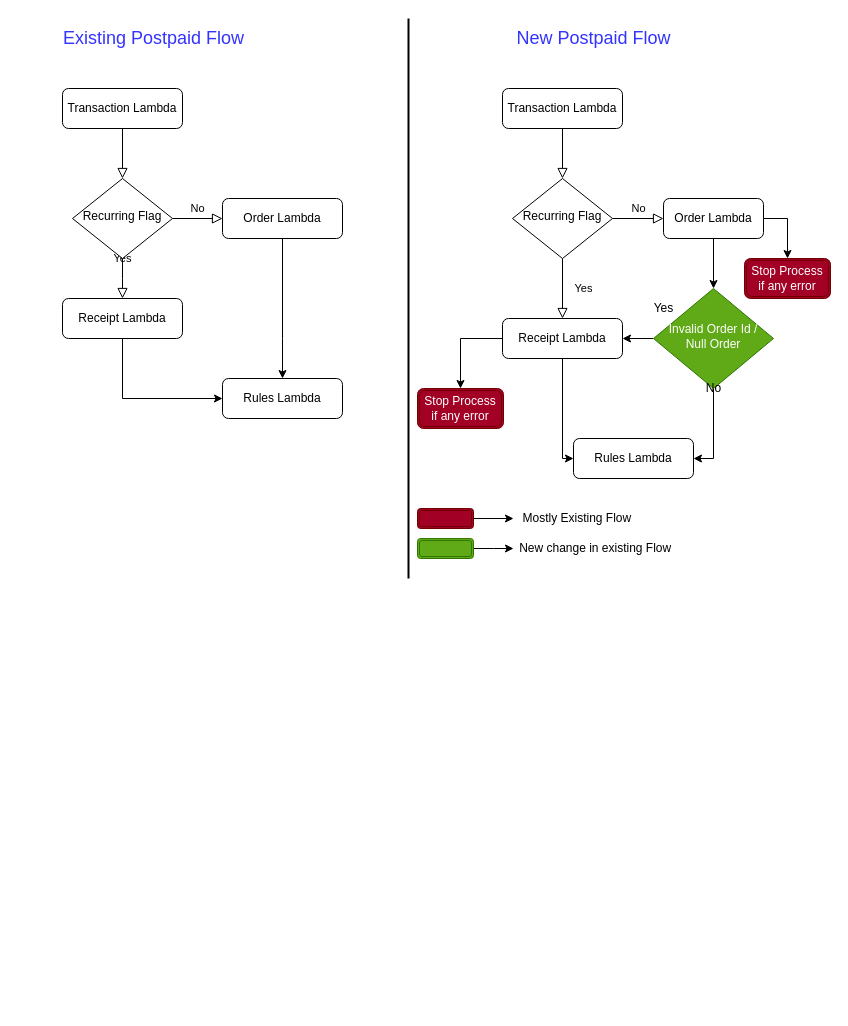
This is telstra-flow-diagram.drawio from evasanthan/testRestApp, a draw.io file, before an edit. Source tidied: cells renumbered, new cells numbered last; positions are measured from the earlier drawing's top-left corner, leaving out a move shared by most shapes. Both pictures are drawn from the tidied source at 100%, with x=0, y=0 at pixel (53, 18).
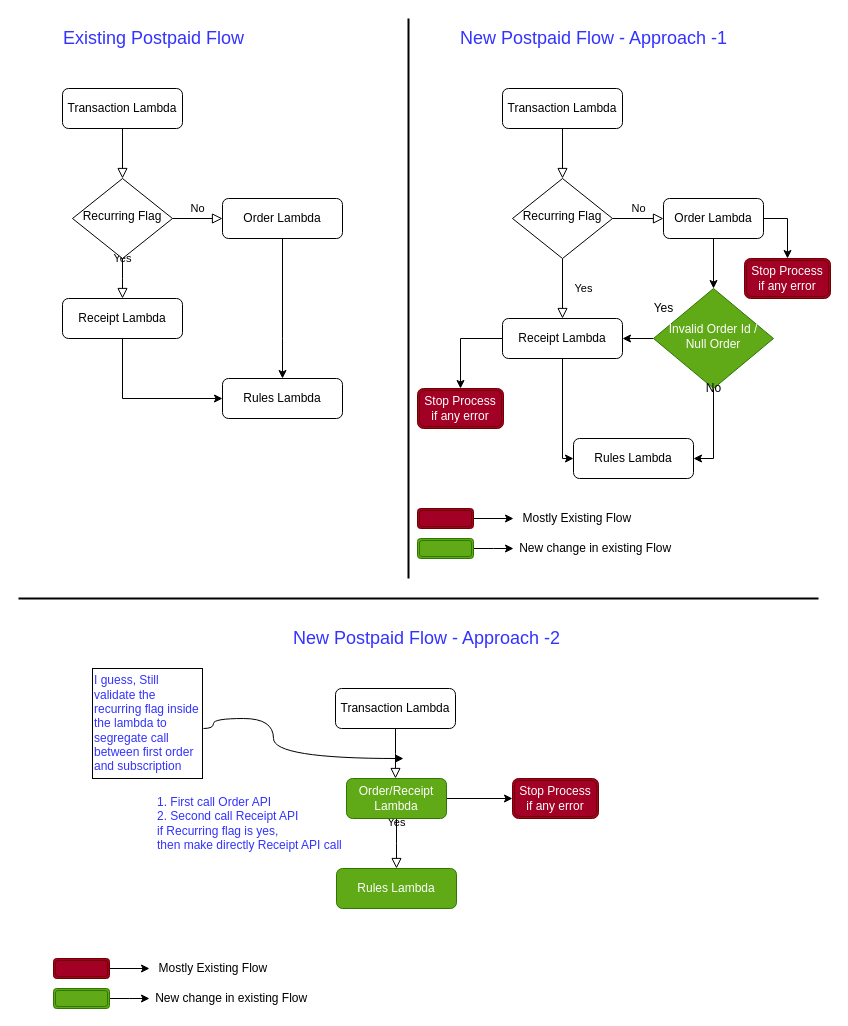
Above is the later version.

Diff of the diagram source:
```diff
@@
-    <mxCell id="26" value="&lt;font style=&quot;font-size: 18px&quot;&gt;New Postpaid Flow&lt;/font&gt;" style="text;html=1;align=center;verticalAlign=middle;strokeColor=none;rounded=0;shadow=0;sketch=0;glass=0;labelBorderColor=none;labelBackgroundColor=none;fontColor=#3333FF;" parent="1" vertex="1">
-      <mxGeometry x="455" y="10" width="170" height="20" as="geometry" />
+    <mxCell id="26" value="&lt;font style=&quot;font-size: 18px&quot;&gt;New Postpaid Flow - Approach -1&lt;/font&gt;" style="text;html=1;align=center;verticalAlign=middle;strokeColor=none;rounded=0;shadow=0;sketch=0;glass=0;labelBorderColor=none;labelBackgroundColor=none;fontColor=#3333FF;" parent="1" vertex="1">
+      <mxGeometry x="400" y="10" width="280" height="20" as="geometry" />
     </mxCell>
@@
+    <mxCell id="40" style="line;strokeWidth=2;direction=south;html=1;rotation=90;" parent="1" vertex="1">
+      <mxGeometry x="360" y="180" width="10" height="800" as="geometry" />
+    </mxCell>
+    <mxCell id="41" style="rounded=0;html=1;jettySize=auto;fontSize=11;endArrow=block;endFill=0;endSize=8;strokeWidth=1;shadow=0;labelBackgroundColor=none;edgeStyle=orthogonalEdgeStyle;" parent="1" edge="1" source="42">
+      <mxGeometry relative="1" as="geometry">
+        <mxPoint x="342" y="760" as="targetPoint" />
+      </mxGeometry>
+    </mxCell>
+    <mxCell id="42" value="Transaction Lambda" style="rounded=1;whiteSpace=wrap;html=1;fontSize=12;glass=0;strokeWidth=1;shadow=0;" parent="1" vertex="1">
+      <mxGeometry x="282" y="670" width="120" height="40" as="geometry" />
+    </mxCell>
+    <mxCell id="43" value="Yes" style="rounded=0;html=1;jettySize=auto;fontSize=11;endArrow=block;endFill=0;endSize=8;strokeWidth=1;shadow=0;labelBackgroundColor=none;edgeStyle=orthogonalEdgeStyle;entryX=0.5;entryY=0;entryDx=0;entryDy=0;exitX=0.5;exitY=1;exitDx=0;exitDy=0;" parent="1" edge="1" source="45">
+      <mxGeometry y="21" relative="1" as="geometry">
+        <mxPoint x="343" y="850" as="targetPoint" />
+      </mxGeometry>
+    </mxCell>
+    <mxCell id="44" style="edgeStyle=orthogonalEdgeStyle;rounded=0;jettySize=auto;html=1;exitX=1;exitY=0.5;exitDx=0;exitDy=0;" parent="1" edge="1" source="45" target="48">
+      <mxGeometry relative="1" as="geometry" />
+    </mxCell>
+    <mxCell id="45" value="Order/Receipt Lambda" style="rounded=1;whiteSpace=wrap;html=1;fontSize=12;glass=0;strokeWidth=1;shadow=0;fillColor=#60a917;strokeColor=#2D7600;fontColor=#ffffff;" parent="1" vertex="1">
+      <mxGeometry x="293" y="760" width="100" height="40" as="geometry" />
+    </mxCell>
+    <mxCell id="46" value="Rules Lambda" style="rounded=1;whiteSpace=wrap;html=1;fontSize=12;glass=0;strokeWidth=1;shadow=0;fillColor=#60a917;strokeColor=#2D7600;fontColor=#ffffff;" parent="1" vertex="1">
+      <mxGeometry x="283" y="850" width="120" height="40" as="geometry" />
+    </mxCell>
+    <mxCell id="47" value="&lt;font style=&quot;font-size: 18px&quot;&gt;New Postpaid Flow - Approach -2&lt;/font&gt;" style="text;html=1;align=center;verticalAlign=middle;strokeColor=none;rounded=0;shadow=0;sketch=0;glass=0;labelBorderColor=none;labelBackgroundColor=none;fontColor=#3333FF;" parent="1" vertex="1">
+      <mxGeometry x="233" y="610" width="280" height="20" as="geometry" />
+    </mxCell>
+    <mxCell id="48" value="Stop Process if any error" style="shape=ext;double=1;rounded=1;whiteSpace=wrap;html=1;fillColor=#a20025;strokeColor=#6F0000;fontColor=#ffffff;" parent="1" vertex="1">
+      <mxGeometry x="459" y="760" width="86" height="40" as="geometry" />
+    </mxCell>
+    <mxCell id="49" style="edgeStyle=orthogonalEdgeStyle;rounded=0;jettySize=auto;html=1;" parent="1" edge="1" source="50" target="51">
+      <mxGeometry relative="1" as="geometry" />
+    </mxCell>
+    <mxCell id="50" style="shape=ext;double=1;rounded=1;whiteSpace=wrap;html=1;fillColor=#a20025;strokeColor=#6F0000;fontColor=#ffffff;" parent="1" vertex="1">
+      <mxGeometry y="940" width="56" height="20" as="geometry" />
+    </mxCell>
+    <mxCell id="51" value="Mostly Existing Flow&amp;nbsp;" style="text;html=1;align=center;verticalAlign=middle;points=[];strokeColor=none;" parent="1" vertex="1">
+      <mxGeometry x="96" y="940" width="130" height="20" as="geometry" />
+    </mxCell>
+    <mxCell id="52" style="edgeStyle=orthogonalEdgeStyle;rounded=0;jettySize=auto;html=1;" parent="1" edge="1" source="53">
+      <mxGeometry relative="1" as="geometry">
+        <mxPoint x="96" y="980" as="targetPoint" />
+      </mxGeometry>
+    </mxCell>
+    <mxCell id="53" style="shape=ext;double=1;rounded=1;whiteSpace=wrap;html=1;fillColor=#60a917;strokeColor=#2D7600;fontColor=#ffffff;" parent="1" vertex="1">
+      <mxGeometry y="970" width="56" height="20" as="geometry" />
+    </mxCell>
+    <mxCell id="54" value="&amp;nbsp;New change in existing Flow" style="text;html=1;align=center;verticalAlign=middle;strokeColor=none;" parent="1" vertex="1">
+      <mxGeometry x="91" y="970" width="170" height="20" as="geometry" />
+    </mxCell>
+    <mxCell id="55" style="curved=1;endArrow=classic;html=1;rounded=0;edgeStyle=orthogonalEdgeStyle;fontColor=#3333FF;" parent="1" edge="1">
+      <mxGeometry relative="1" as="geometry">
+        <mxPoint x="150" y="710" as="sourcePoint" />
+        <mxPoint x="350" y="740" as="targetPoint" />
+        <Array as="points">
+          <mxPoint x="160" y="700" />
+          <mxPoint x="220" y="700" />
+          <mxPoint x="220" y="740" />
+        </Array>
+      </mxGeometry>
+    </mxCell>
+    <mxCell id="56" value="I guess, Still validate the recurring flag inside the lambda to segregate call between first order and subscription" style="whiteSpace=wrap;html=1;rounded=0;shadow=0;glass=0;labelBackgroundColor=none;sketch=0;fontColor=#3333FF;align=left;" parent="1" vertex="1">
+      <mxGeometry x="39" y="650" width="110" height="110" as="geometry" />
+    </mxCell>
+    <mxCell id="57" value="1. First call Order API&lt;br&gt;2. Second call Receipt API&lt;br&gt;if Recurring flag is yes, &lt;br&gt;then make directly Receipt API call" style="text;html=1;align=left;verticalAlign=middle;strokeColor=none;fontColor=#3333FF;" parent="1" vertex="1">
+      <mxGeometry x="102" y="775" width="200" height="60" as="geometry" />
+    </mxCell>
```
